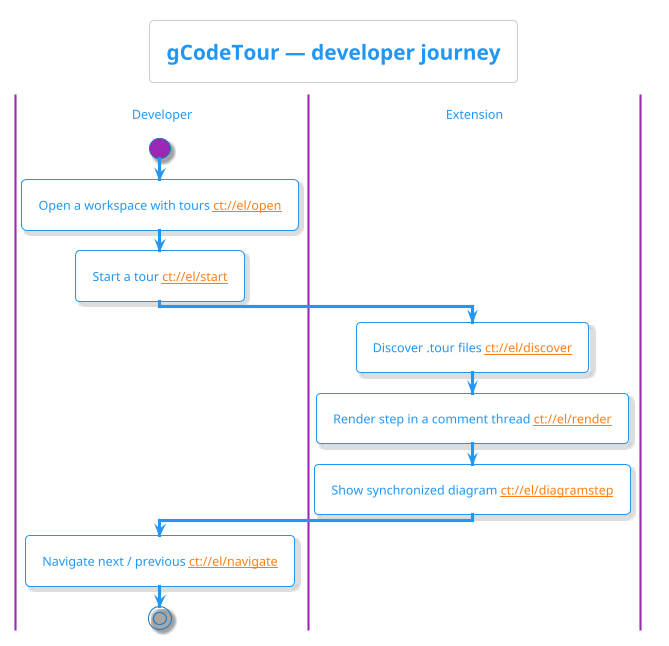
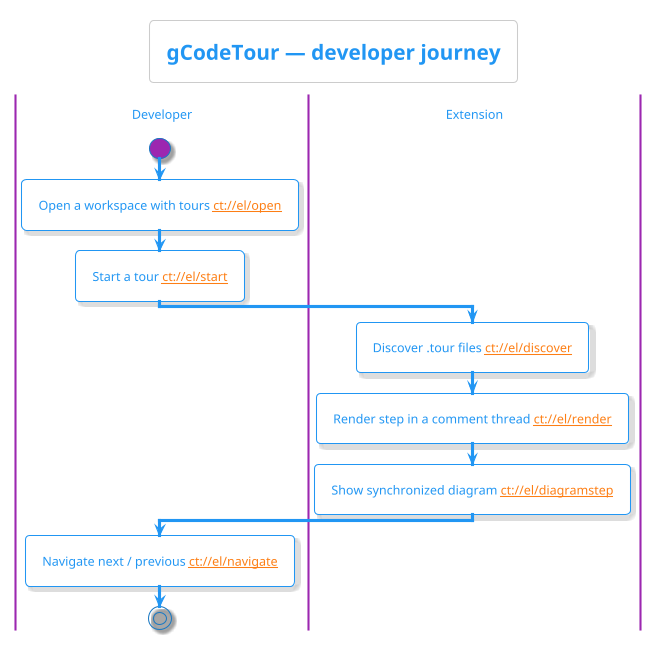
@startuml
' Activity swim lane (no Graphviz, no C4 include) of the developer's journey.
' Nodes are tagged with [[ct://el/<alias>]]. Render: scripts/render-diagrams.sh
!theme materia-outline
+ ' Opaque background so the diagram reads on any VS Code editor theme (the panel
+ ' background follows the reader's theme; C4 diagrams bake this automatically).
+ skinparam backgroundColor #FFFFFF

title gCodeTour — developer journey

|Developer|
start
:Open a workspace with tours [[ct://el/open]];
:Start a tour [[ct://el/start]];
|Extension|
:Discover .tour files [[ct://el/discover]];
:Render step in a comment thread [[ct://el/render]];
:Show synchronized diagram [[ct://el/diagramstep]];
|Developer|
:Navigate next / previous [[ct://el/navigate]];
stop

@enduml
